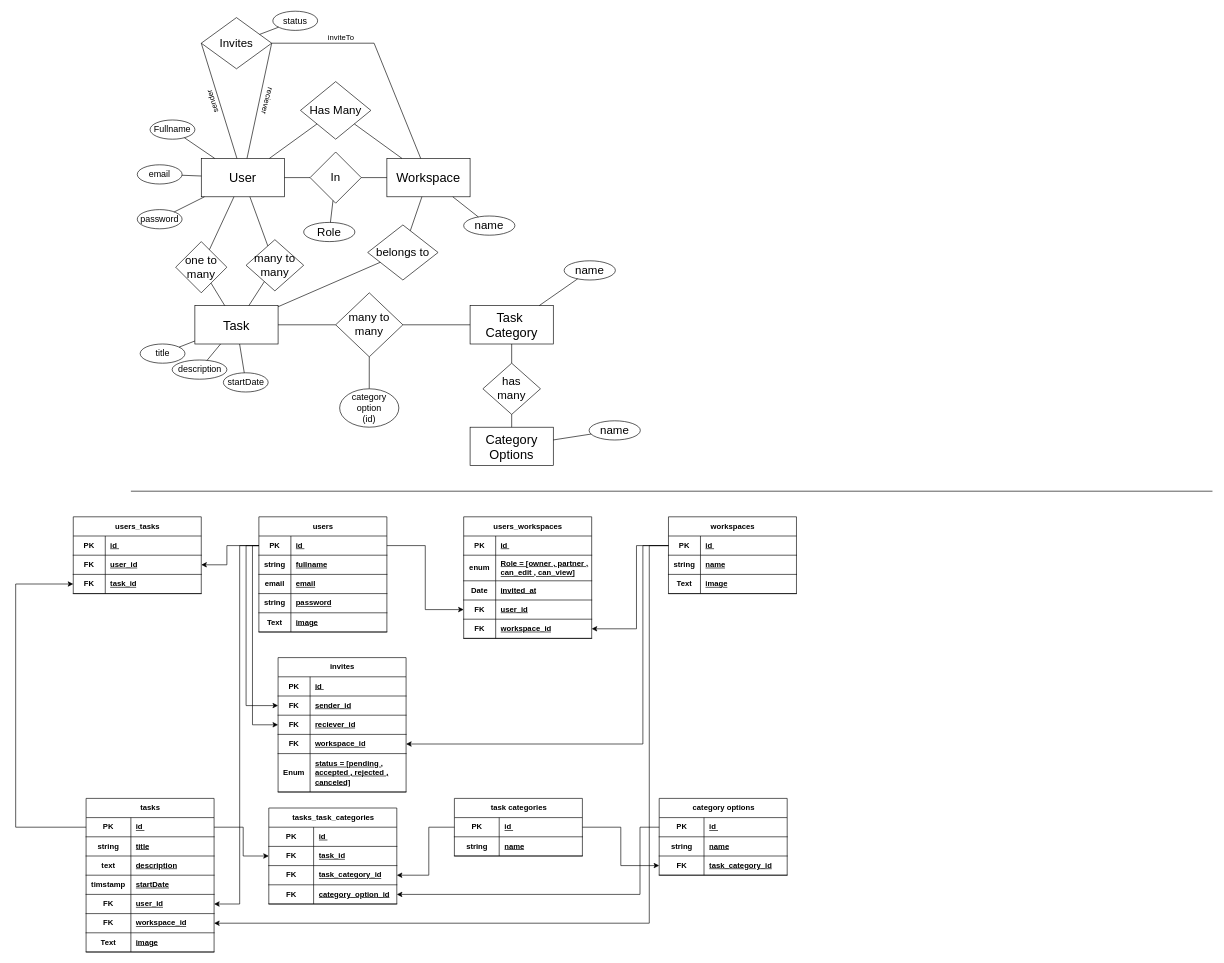
MajdAlkatan/TaskCraft keeps this draw.io diagram as Back_End/src/diagrams/TaskCraft-v3.drawio. Above is the earlier version. Source tidied: cells renumbered, new cells numbered last; positions are measured from the earlier drawing's top-left corner, leaving out a move shared by most shapes. Both pictures are drawn from the tidied source at 64%, with x=0, y=0 at pixel (15, 11).
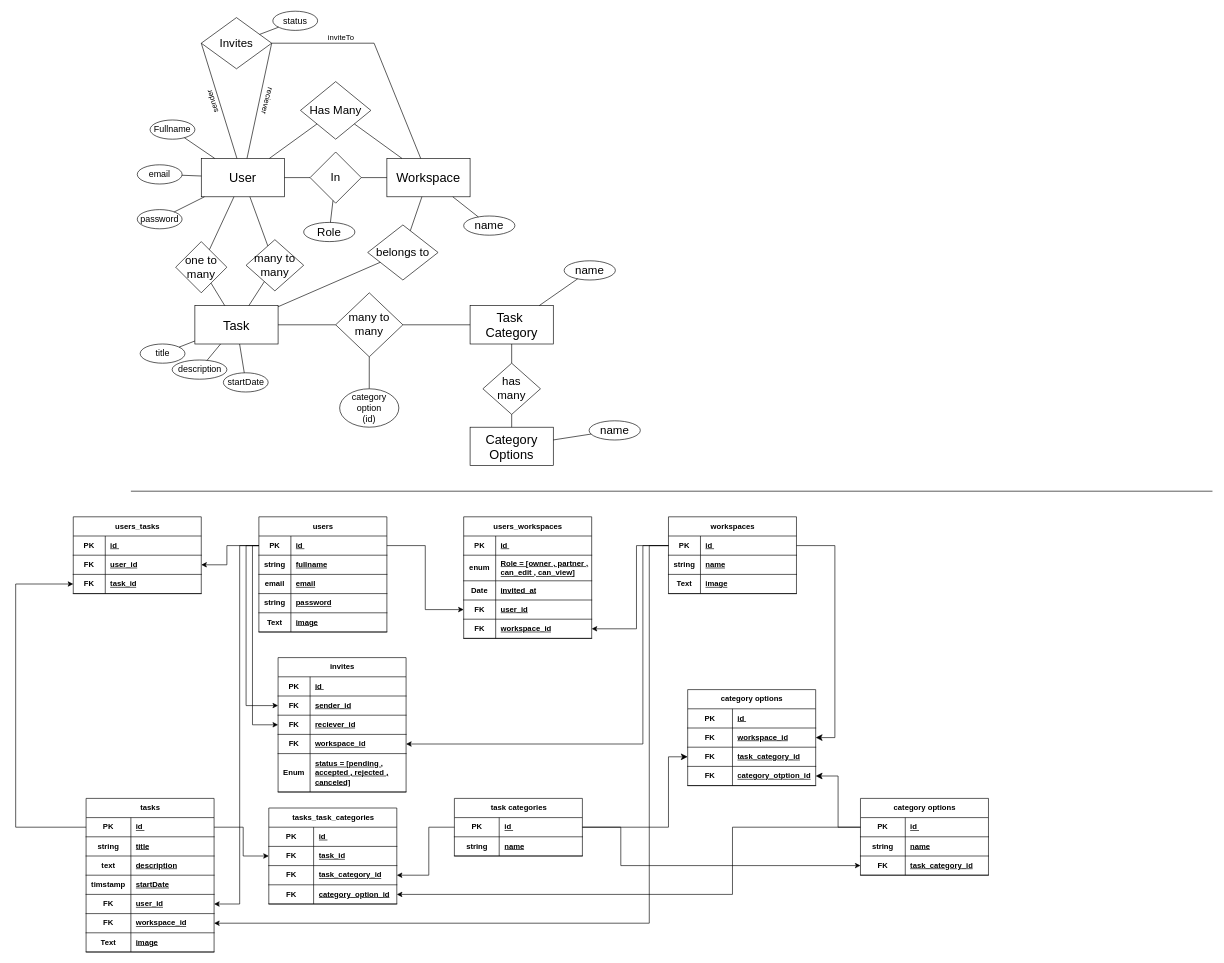
The same page after the edit.

Commit message (it also covers changes not shown here):
edit on Task | add model workspace_category_option

The change refers to these unchanged cells:
```xml
<mxCell id="62" style="shape=tableRow;horizontal=0;startSize=0;swimlaneHead=0;swimlaneBody=0;fillColor=none;points=[[0,0.5],[1,0.5]];portConstraint=eastwest;top=0;left=0;right=0;bottom=1;" parent="61" vertex="1">
  <mxGeometry y="30" width="200" height="30" as="geometry" />
</mxCell>
<mxCell id="94" style="shape=tableRow;horizontal=0;startSize=0;swimlaneHead=0;swimlaneBody=0;fillColor=none;points=[[0,0.5],[1,0.5]];portConstraint=eastwest;top=0;left=0;right=0;bottom=1;" parent="93" vertex="1">
  <mxGeometry y="30" width="200" height="30" as="geometry" />
</mxCell>
<mxCell id="101" style="shape=tableRow;horizontal=0;startSize=0;swimlaneHead=0;swimlaneBody=0;fillColor=none;points=[[0,0.5],[1,0.5]];portConstraint=eastwest;top=0;left=0;right=0;bottom=1;" parent="100" vertex="1">
  <mxGeometry y="30" width="200" height="30" as="geometry" />
</mxCell>
<mxCell id="139" style="shape=tableRow;horizontal=0;startSize=0;swimlaneHead=0;swimlaneBody=0;fillColor=none;points=[[0,0.5],[1,0.5]];portConstraint=eastwest;top=0;left=0;right=0;bottom=1;" parent="129" vertex="1">
  <mxGeometry y="120" width="200" height="30" as="geometry" />
</mxCell>
```

Diff of the diagram source:
```diff
@@
     <mxCell id="100" value="category options" style="shape=table;startSize=30;childLayout=tableLayout;rowLines=0;fontStyle=1;align=center;html=1;" parent="1" vertex="1">
-      <mxGeometry x="1005.5" y="1230" width="200" height="120" as="geometry" />
+      <mxGeometry x="1320" y="1230" width="200" height="120" as="geometry" />
     </mxCell>
@@
     <mxCell id="144" style="endArrow=classic;html=1;rounded=0;" parent="1" edge="1" source="101" target="139">
       <mxGeometry relative="1" as="geometry">
         <Array as="points">
-          <mxPoint x="975.5" y="1275" />
-          <mxPoint x="975.5" y="1380" />
+          <mxPoint x="1120" y="1275" />
+          <mxPoint x="1120" y="1380" />
         </Array>
       </mxGeometry>
     </mxCell>
@@
+    <mxCell id="193" value="category options" style="shape=table;startSize=30;childLayout=tableLayout;rowLines=0;fontStyle=1;align=center;html=1;" parent="1" vertex="1">
+      <mxGeometry x="1050" y="1060" width="200" height="150" as="geometry" />
+    </mxCell>
+    <mxCell id="194" style="shape=tableRow;horizontal=0;startSize=0;swimlaneHead=0;swimlaneBody=0;fillColor=none;top=0;left=0;right=0;bottom=1;" parent="193" vertex="1">
+      <mxGeometry y="30" width="200" height="30" as="geometry" />
+    </mxCell>
+    <mxCell id="195" value="PK" style="shape=partialRectangle;fillColor=none;top=0;left=0;bottom=0;right=0;fontStyle=1;overflow=hidden;whiteSpace=wrap;html=1;" parent="194" vertex="1">
+      <mxGeometry width="70" height="30" as="geometry" />
+    </mxCell>
+    <mxCell id="196" value="id&amp;nbsp;" style="shape=partialRectangle;fillColor=none;top=0;left=0;bottom=0;right=0;align=left;spacingLeft=6;fontStyle=5;overflow=hidden;whiteSpace=wrap;html=1;" parent="194" vertex="1">
+      <mxGeometry x="70" width="130" height="30" as="geometry" />
+    </mxCell>
+    <mxCell id="197" style="shape=tableRow;horizontal=0;startSize=0;swimlaneHead=0;swimlaneBody=0;fillColor=none;points=[[0,0.5],[1,0.5]];portConstraint=eastwest;top=0;left=0;right=0;bottom=1;" parent="193" vertex="1">
+      <mxGeometry y="60" width="200" height="30" as="geometry" />
+    </mxCell>
+    <mxCell id="198" value="FK" style="shape=partialRectangle;fillColor=none;top=0;left=0;bottom=0;right=0;fontStyle=1;overflow=hidden;whiteSpace=wrap;html=1;" parent="197" vertex="1">
+      <mxGeometry width="70" height="30" as="geometry" />
+    </mxCell>
+    <mxCell id="199" value="workspace_id" style="shape=partialRectangle;fillColor=none;top=0;left=0;bottom=0;right=0;align=left;spacingLeft=6;fontStyle=5;overflow=hidden;whiteSpace=wrap;html=1;" parent="197" vertex="1">
+      <mxGeometry x="70" width="130" height="30" as="geometry" />
+    </mxCell>
+    <mxCell id="200" style="shape=tableRow;horizontal=0;startSize=0;swimlaneHead=0;swimlaneBody=0;fillColor=none;points=[[0,0.5],[1,0.5]];portConstraint=eastwest;top=0;left=0;right=0;bottom=1;" parent="193" vertex="1">
+      <mxGeometry y="90" width="200" height="30" as="geometry" />
+    </mxCell>
+    <mxCell id="201" value="FK" style="shape=partialRectangle;fillColor=none;top=0;left=0;bottom=0;right=0;fontStyle=1;overflow=hidden;whiteSpace=wrap;html=1;" parent="200" vertex="1">
+      <mxGeometry width="70" height="30" as="geometry" />
+    </mxCell>
+    <mxCell id="202" value="task_category_id" style="shape=partialRectangle;fillColor=none;top=0;left=0;bottom=0;right=0;align=left;spacingLeft=6;fontStyle=5;overflow=hidden;whiteSpace=wrap;html=1;" parent="200" vertex="1">
+      <mxGeometry x="70" width="130" height="30" as="geometry" />
+    </mxCell>
+    <mxCell id="203" style="shape=tableRow;horizontal=0;startSize=0;swimlaneHead=0;swimlaneBody=0;fillColor=none;points=[[0,0.5],[1,0.5]];portConstraint=eastwest;top=0;left=0;right=0;bottom=1;" parent="193" vertex="1">
+      <mxGeometry y="120" width="200" height="30" as="geometry" />
+    </mxCell>
+    <mxCell id="204" value="FK" style="shape=partialRectangle;fillColor=none;top=0;left=0;bottom=0;right=0;fontStyle=1;overflow=hidden;whiteSpace=wrap;html=1;" parent="203" vertex="1">
+      <mxGeometry width="70" height="30" as="geometry" />
+    </mxCell>
+    <mxCell id="205" value="category_otption_id" style="shape=partialRectangle;fillColor=none;top=0;left=0;bottom=0;right=0;align=left;spacingLeft=6;fontStyle=5;overflow=hidden;whiteSpace=wrap;html=1;" parent="203" vertex="1">
+      <mxGeometry x="70" width="130" height="30" as="geometry" />
+    </mxCell>
+    <mxCell id="206" style="edgeStyle=elbowEdgeStyle;elbow=horizontal;endArrow=classic;html=1;curved=0;rounded=0;endSize=8;startSize=8;" parent="1" edge="1" source="62" target="197">
+      <mxGeometry relative="1" as="geometry">
+        <Array as="points">
+          <mxPoint x="1280" y="1000" />
+        </Array>
+      </mxGeometry>
+    </mxCell>
+    <mxCell id="207" style="edgeStyle=elbowEdgeStyle;elbow=horizontal;endArrow=classic;html=1;curved=0;rounded=0;endSize=8;startSize=8;" parent="1" edge="1" source="94" target="200">
+      <mxGeometry relative="1" as="geometry">
+        <Array as="points">
+          <mxPoint x="1020" y="1220" />
+        </Array>
+      </mxGeometry>
+    </mxCell>
+    <mxCell id="208" style="edgeStyle=elbowEdgeStyle;elbow=horizontal;endArrow=classic;html=1;curved=0;rounded=0;endSize=8;startSize=8;" parent="1" edge="1" source="101" target="203">
+      <mxGeometry relative="1" as="geometry" />
+    </mxCell>
```
